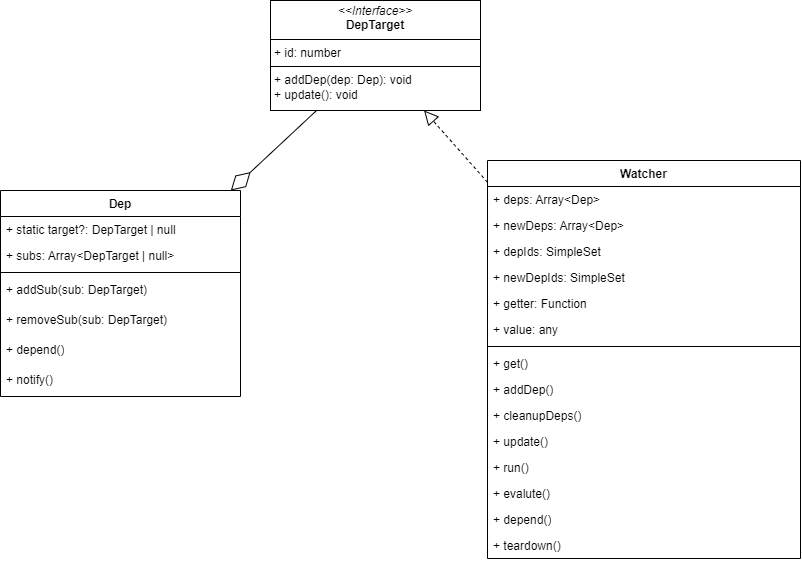
Earlier version of the draw.io export learning/mvvm/vue_dependency_collection_core_models.png (Mengxianke/blogBuild). Source tidied: cells renumbered, new cells last; positions are measured from the earlier drawing's top-left corner, leaving out a move shared by most shapes.
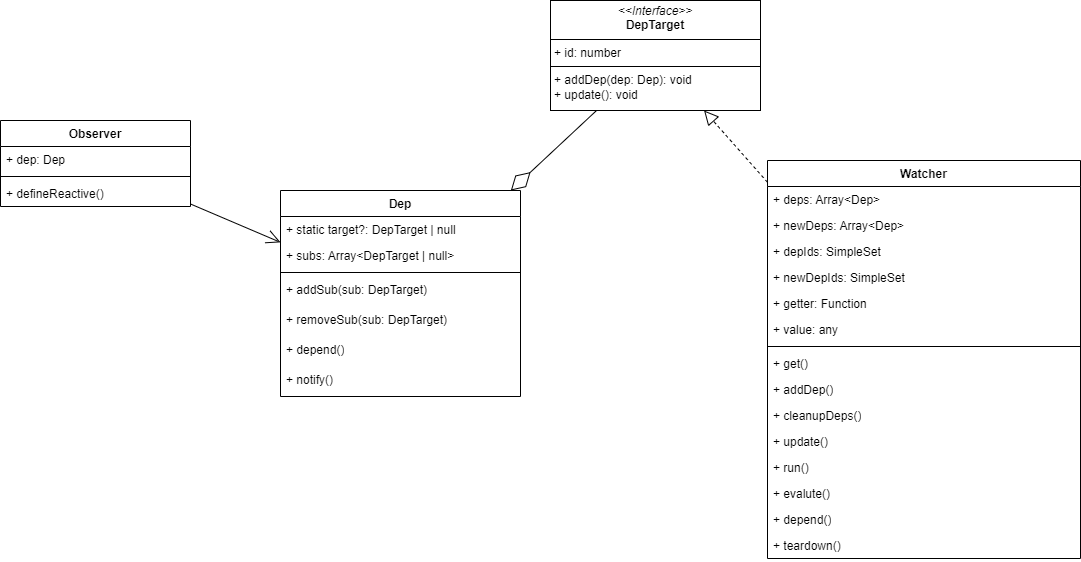
Later version of the same file.

The edit, as a diff of the source:
```diff
@@ -83,5 +83,20 @@
     <mxCell id="28" style="endArrow=diamondThin;endFill=0;endSize=24;html=1;rounded=0;" parent="1" edge="1" source="26" target="18">
       <mxGeometry relative="1" as="geometry" />
     </mxCell>
+    <mxCell id="29" value="Observer" style="swimlane;fontStyle=1;align=center;verticalAlign=top;horizontal=1;startSize=26;whiteSpace=wrap;html=1;" parent="1" vertex="1">
+      <mxGeometry x="-280" y="120" width="190" height="86" as="geometry" />
+    </mxCell>
+    <mxCell id="30" value="+ dep: Dep" style="text;strokeColor=none;fillColor=none;align=left;verticalAlign=top;spacingLeft=4;spacingRight=4;overflow=hidden;whiteSpace=wrap;html=1;" parent="29" vertex="1">
+      <mxGeometry y="26" width="190" height="26" as="geometry" />
+    </mxCell>
+    <mxCell id="31" style="line;strokeWidth=1;fillColor=none;align=left;verticalAlign=middle;spacingTop=-1;spacingLeft=3;spacingRight=3;labelPosition=right;strokeColor=inherit;" parent="29" vertex="1">
+      <mxGeometry y="52" width="190" height="8" as="geometry" />
+    </mxCell>
+    <mxCell id="32" value="+ defineReactive()" style="text;strokeColor=none;fillColor=none;align=left;verticalAlign=top;spacingLeft=4;spacingRight=4;overflow=hidden;whiteSpace=wrap;html=1;" parent="29" vertex="1">
+      <mxGeometry y="60" width="190" height="26" as="geometry" />
+    </mxCell>
+    <mxCell id="33" style="endArrow=open;endFill=1;endSize=12;html=1;rounded=0;" parent="1" edge="1" source="29" target="18">
+      <mxGeometry relative="1" as="geometry" />
+    </mxCell>
   </root>
 </mxGraphModel>
```
